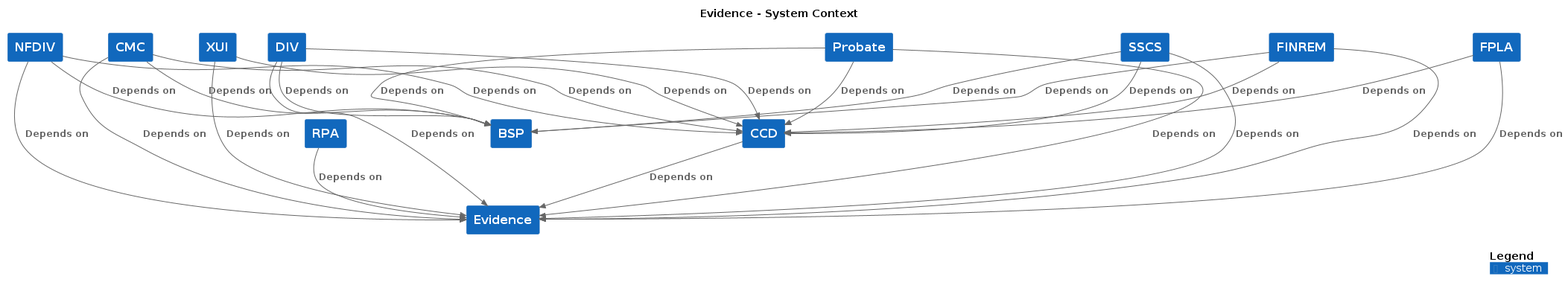
Before: docs/c4/evidence/images/structurizr-evidence-context.png, a diagram exported from PlantUML (hmcts/cnp-api-docs). The source it was exported from:
```plantuml
@startuml
title Evidence - System Context

top to bottom direction

!include https://raw.githubusercontent.com/plantuml-stdlib/C4-PlantUML/master/C4.puml
!include https://raw.githubusercontent.com/plantuml-stdlib/C4-PlantUML/master/C4_Context.puml

System(NFDIV, "NFDIV", "", $tags="")
System(CCD, "CCD", "", $tags="")
System(Evidence, "Evidence", "", $tags="")
System(BSP, "BSP", "", $tags="")
System(XUI, "XUI", "", $tags="")
System(RPA, "RPA", "", $tags="")
System(CMC, "CMC", "", $tags="")
System(DIV, "DIV", "", $tags="")
System(FINREM, "FINREM", "", $tags="")
System(Probate, "Probate", "", $tags="")
System(SSCS, "SSCS", "", $tags="")
System(FPLA, "FPLA", "", $tags="")

Rel_D(CCD, Evidence, "Depends on", $tags="")
Rel_D(XUI, Evidence, "Depends on", $tags="")
Rel_D(XUI, CCD, "Depends on", $tags="")
Rel_D(RPA, Evidence, "Depends on", $tags="")
Rel_D(CMC, CCD, "Depends on", $tags="")
Rel_D(CMC, Evidence, "Depends on", $tags="")
Rel_D(CMC, BSP, "Depends on", $tags="")
Rel_D(DIV, Evidence, "Depends on", $tags="")
Rel_D(DIV, CCD, "Depends on", $tags="")
Rel_D(DIV, BSP, "Depends on", $tags="")
Rel_D(FINREM, CCD, "Depends on", $tags="")
Rel_D(FINREM, BSP, "Depends on", $tags="")
Rel_D(FINREM, Evidence, "Depends on", $tags="")
Rel_D(Probate, CCD, "Depends on", $tags="")
Rel_D(Probate, Evidence, "Depends on", $tags="")
Rel_D(Probate, BSP, "Depends on", $tags="")
Rel_D(SSCS, CCD, "Depends on", $tags="")
Rel_D(SSCS, Evidence, "Depends on", $tags="")
Rel_D(SSCS, BSP, "Depends on", $tags="")
Rel_D(FPLA, Evidence, "Depends on", $tags="")
Rel_D(FPLA, CCD, "Depends on", $tags="")
Rel_D(NFDIV, CCD, "Depends on", $tags="")
Rel_D(NFDIV, Evidence, "Depends on", $tags="")
Rel_D(NFDIV, BSP, "Depends on", $tags="")

SHOW_DYNAMIC_LEGEND()
@enduml
```
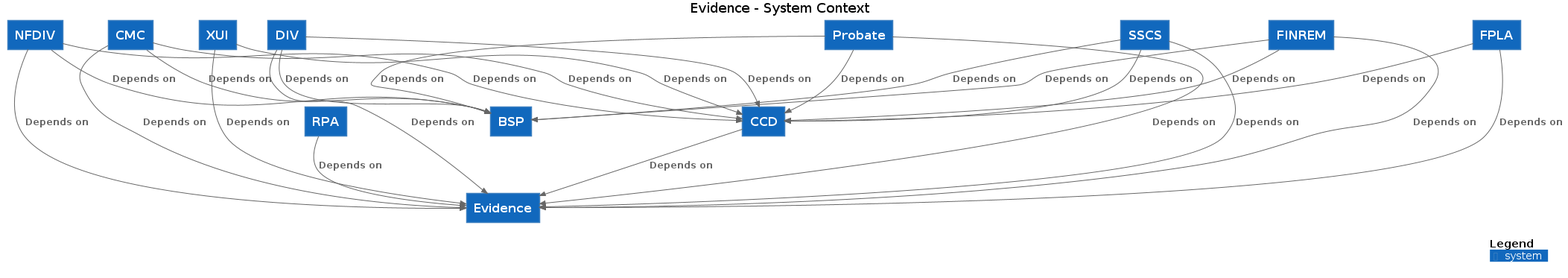
After the commit.

Change to the diagram source:
```diff
@@ -3,46 +3,46 @@
 
 top to bottom direction
 
-!include https://raw.githubusercontent.com/plantuml-stdlib/C4-PlantUML/master/C4.puml
-!include https://raw.githubusercontent.com/plantuml-stdlib/C4-PlantUML/master/C4_Context.puml
+!includeurl https://raw.githubusercontent.com/plantuml-stdlib/C4-PlantUML/master/C4.puml
+!includeurl https://raw.githubusercontent.com/plantuml-stdlib/C4-PlantUML/master/C4_Context.puml
 
-System(NFDIV, "NFDIV", "", $tags="")
-System(CCD, "CCD", "", $tags="")
-System(Evidence, "Evidence", "", $tags="")
-System(BSP, "BSP", "", $tags="")
-System(XUI, "XUI", "", $tags="")
-System(RPA, "RPA", "", $tags="")
-System(CMC, "CMC", "", $tags="")
-System(DIV, "DIV", "", $tags="")
-System(FINREM, "FINREM", "", $tags="")
-System(Probate, "Probate", "", $tags="")
-System(SSCS, "SSCS", "", $tags="")
-System(FPLA, "FPLA", "", $tags="")
+System(NFDIV, "NFDIV", "")
+System(CCD, "CCD", "")
+System(Evidence, "Evidence", "")
+System(BSP, "BSP", "")
+System(XUI, "XUI", "")
+System(RPA, "RPA", "")
+System(CMC, "CMC", "")
+System(DIV, "DIV", "")
+System(FINREM, "FINREM", "")
+System(Probate, "Probate", "")
+System(SSCS, "SSCS", "")
+System(FPLA, "FPLA", "")
 
-Rel_D(CCD, Evidence, "Depends on", $tags="")
-Rel_D(XUI, Evidence, "Depends on", $tags="")
-Rel_D(XUI, CCD, "Depends on", $tags="")
-Rel_D(RPA, Evidence, "Depends on", $tags="")
-Rel_D(CMC, CCD, "Depends on", $tags="")
-Rel_D(CMC, Evidence, "Depends on", $tags="")
-Rel_D(CMC, BSP, "Depends on", $tags="")
-Rel_D(DIV, Evidence, "Depends on", $tags="")
-Rel_D(DIV, CCD, "Depends on", $tags="")
-Rel_D(DIV, BSP, "Depends on", $tags="")
-Rel_D(FINREM, CCD, "Depends on", $tags="")
-Rel_D(FINREM, BSP, "Depends on", $tags="")
-Rel_D(FINREM, Evidence, "Depends on", $tags="")
-Rel_D(Probate, CCD, "Depends on", $tags="")
-Rel_D(Probate, Evidence, "Depends on", $tags="")
-Rel_D(Probate, BSP, "Depends on", $tags="")
-Rel_D(SSCS, CCD, "Depends on", $tags="")
-Rel_D(SSCS, Evidence, "Depends on", $tags="")
-Rel_D(SSCS, BSP, "Depends on", $tags="")
-Rel_D(FPLA, Evidence, "Depends on", $tags="")
-Rel_D(FPLA, CCD, "Depends on", $tags="")
-Rel_D(NFDIV, CCD, "Depends on", $tags="")
-Rel_D(NFDIV, Evidence, "Depends on", $tags="")
-Rel_D(NFDIV, BSP, "Depends on", $tags="")
+Rel_D(CCD, Evidence, "Depends on")
+Rel_D(XUI, Evidence, "Depends on")
+Rel_D(XUI, CCD, "Depends on")
+Rel_D(RPA, Evidence, "Depends on")
+Rel_D(CMC, CCD, "Depends on")
+Rel_D(CMC, Evidence, "Depends on")
+Rel_D(CMC, BSP, "Depends on")
+Rel_D(DIV, Evidence, "Depends on")
+Rel_D(DIV, CCD, "Depends on")
+Rel_D(DIV, BSP, "Depends on")
+Rel_D(FINREM, CCD, "Depends on")
+Rel_D(FINREM, BSP, "Depends on")
+Rel_D(FINREM, Evidence, "Depends on")
+Rel_D(Probate, CCD, "Depends on")
+Rel_D(Probate, Evidence, "Depends on")
+Rel_D(Probate, BSP, "Depends on")
+Rel_D(SSCS, CCD, "Depends on")
+Rel_D(SSCS, Evidence, "Depends on")
+Rel_D(SSCS, BSP, "Depends on")
+Rel_D(FPLA, Evidence, "Depends on")
+Rel_D(FPLA, CCD, "Depends on")
+Rel_D(NFDIV, CCD, "Depends on")
+Rel_D(NFDIV, Evidence, "Depends on")
+Rel_D(NFDIV, BSP, "Depends on")
 
 SHOW_DYNAMIC_LEGEND()
 @enduml
```
